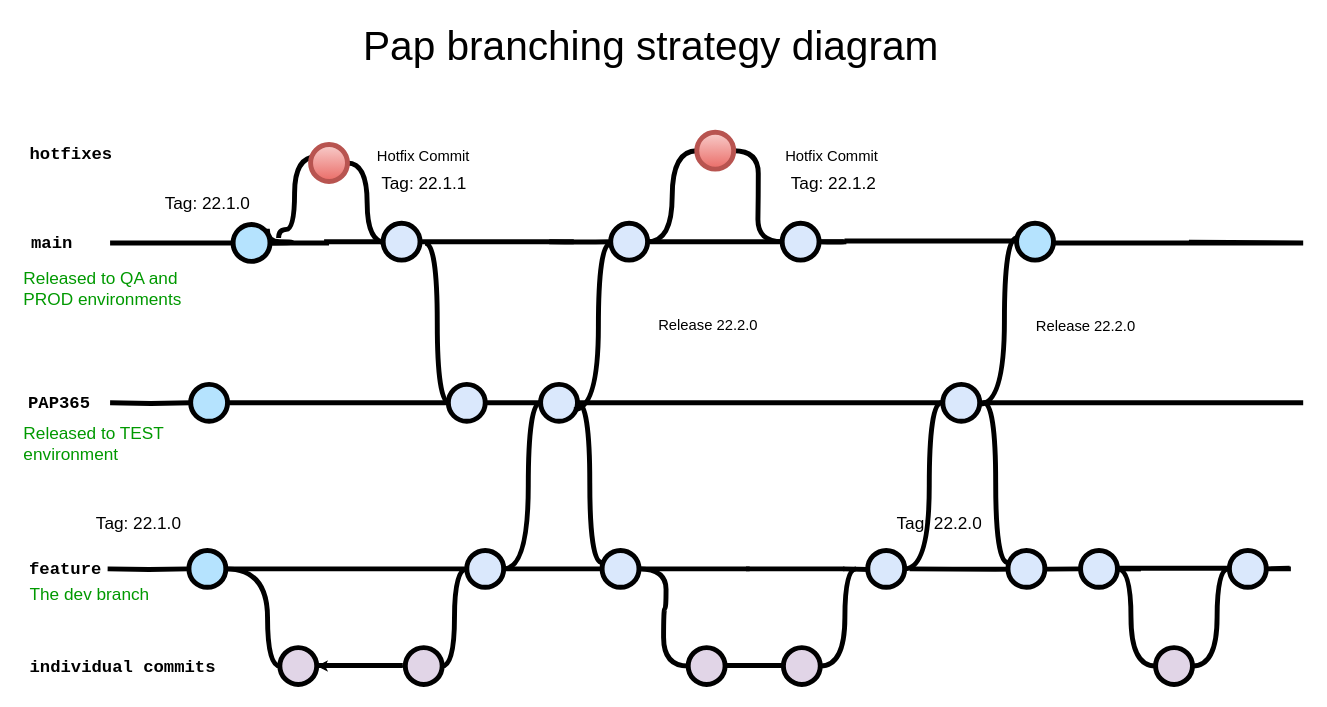
The draw.io diagram Pap pipeline diagram.drawio in pivko4life/workstuff, before the edit. Source tidied: cells renumbered, new cells numbered last; positions are measured from the earlier drawing's top-left corner, leaving out a move shared by most shapes. Both pictures are drawn from the tidied source at 123%, with x=0, y=0 at pixel (21, 21).
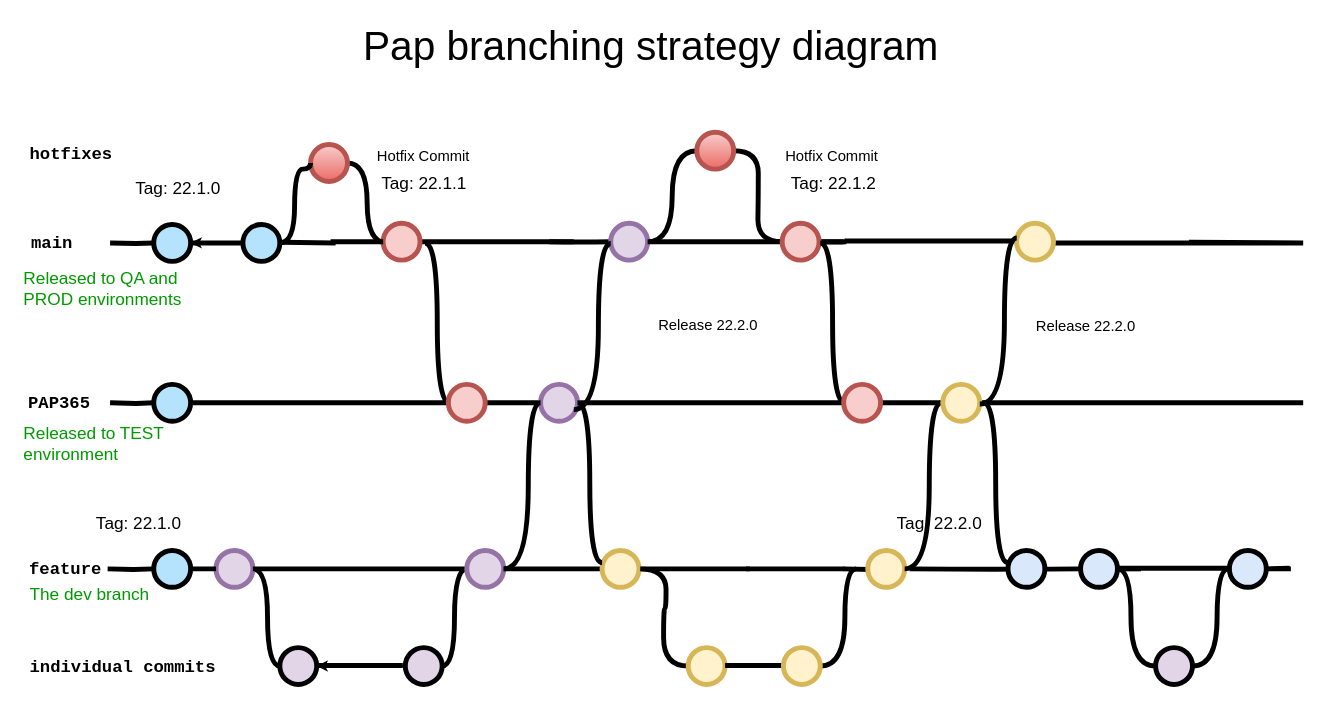
The same diagram, later.

Unchanged cells that the change refers to:
```xml
<mxCell id="56" style="verticalLabelPosition=bottom;verticalAlign=top;html=1;strokeWidth=4;shape=mxgraph.flowchart.on-page_reference;plain-blue;gradientColor=#EA6B66;strokeColor=#B85450;fillColor=#F8CECC;" parent="1" vertex="1">
  <mxGeometry x="235" y="100" width="30" height="30" as="geometry" />
</mxCell>
```

Change to the diagram source:
```diff
@@
-    <mxCell id="4" style="verticalLabelPosition=bottom;verticalAlign=top;html=1;strokeWidth=4;shape=mxgraph.flowchart.on-page_reference;plain-blue;gradientColor=none;fillColor=#B5E3Fe;strokeColor=#000000;" parent="1" vertex="1">
-      <mxGeometry x="136.1" y="430" width="30" height="30" as="geometry" />
+    <mxCell id="4" style="verticalLabelPosition=bottom;verticalAlign=top;html=1;strokeWidth=4;shape=mxgraph.flowchart.on-page_reference;fillColor=#e1d5e7;strokeColor=#9673a6;" parent="1" vertex="1">
+      <mxGeometry x="158.1" y="430" width="30" height="30" as="geometry" />
     </mxCell>
@@
-    <mxCell id="8" style="verticalLabelPosition=bottom;verticalAlign=top;html=1;strokeWidth=4;shape=mxgraph.flowchart.on-page_reference;plain-blue;gradientColor=none;strokeColor=#000000;" parent="1" vertex="1">
+    <mxCell id="8" style="verticalLabelPosition=bottom;verticalAlign=top;html=1;strokeWidth=4;shape=mxgraph.flowchart.on-page_reference;strokeColor=#d6b656;fillColor=#fff2cc;" parent="1" vertex="1">
       <mxGeometry x="688" y="430" width="30" height="30" as="geometry" />
     </mxCell>
-    <mxCell id="9" style="edgeStyle=orthogonalEdgeStyle;rounded=0;html=1;jettySize=auto;strokeWidth=4;endArrow=none;endFill=0;" parent="1" edge="1" target="4">
-      <mxGeometry x="152.5" y="465" as="geometry">
-        <mxPoint x="70" y="445" as="sourcePoint" />
-      </mxGeometry>
+    <mxCell id="9" style="edgeStyle=orthogonalEdgeStyle;rounded=0;html=1;jettySize=auto;strokeWidth=4;endArrow=none;endFill=0;startArrow=none;" parent="1" edge="1" source="89" target="4">
+      <mxGeometry x="152.5" y="465" as="geometry" />
     </mxCell>
@@
-    <mxCell id="16" style="edgeStyle=orthogonalEdgeStyle;rounded=0;html=1;jettySize=auto;orthogonalLoop=1;strokeWidth=4;endArrow=none;endFill=0;" parent="1" edge="1">
+    <mxCell id="16" style="edgeStyle=orthogonalEdgeStyle;rounded=0;html=1;jettySize=auto;strokeWidth=4;endArrow=none;endFill=0;startArrow=none;" parent="1" edge="1" source="66">
       <mxGeometry x="154.5" y="200" as="geometry">
-        <mxPoint x="72" y="180" as="sourcePoint" />
         <mxPoint x="186.5" y="180" as="targetPoint" />
       </mxGeometry>
     </mxCell>
@@
-    <mxCell id="23" style="verticalLabelPosition=bottom;verticalAlign=top;html=1;strokeWidth=4;shape=mxgraph.flowchart.on-page_reference;plain-blue;gradientColor=none;strokeColor=#000000;" parent="1" vertex="1">
+    <mxCell id="23" style="verticalLabelPosition=bottom;verticalAlign=top;html=1;strokeWidth=4;shape=mxgraph.flowchart.on-page_reference;strokeColor=#9673a6;fillColor=#e1d5e7;" parent="1" vertex="1">
       <mxGeometry x="479" y="164" width="30" height="30" as="geometry" />
     </mxCell>
@@
     <mxCell id="25" value="Tag: 22.1.0" style="text;html=1;strokeColor=none;fillColor=none;align=center;verticalAlign=middle;whiteSpace=wrap;overflow=hidden;fontSize=14;" parent="1" vertex="1">
-      <mxGeometry x="106" y="137" width="91" height="20" as="geometry" />
+      <mxGeometry x="82" y="125" width="91" height="20" as="geometry" />
     </mxCell>
@@
-    <mxCell id="31" style="verticalLabelPosition=bottom;verticalAlign=top;html=1;strokeWidth=4;shape=mxgraph.flowchart.on-page_reference;plain-blue;gradientColor=none;strokeColor=#000000;" parent="1" vertex="1">
+    <mxCell id="31" style="verticalLabelPosition=bottom;verticalAlign=top;html=1;strokeWidth=4;shape=mxgraph.flowchart.on-page_reference;strokeColor=#9673a6;fillColor=#e1d5e7;" parent="1" vertex="1">
       <mxGeometry x="362" y="430" width="30" height="30" as="geometry" />
     </mxCell>
@@
-    <mxCell id="35" style="verticalLabelPosition=bottom;verticalAlign=top;html=1;strokeWidth=4;shape=mxgraph.flowchart.on-page_reference;plain-blue;gradientColor=none;strokeColor=#000000;" parent="1" vertex="1">
+    <mxCell id="35" style="verticalLabelPosition=bottom;verticalAlign=top;html=1;strokeWidth=4;shape=mxgraph.flowchart.on-page_reference;strokeColor=#b85450;fillColor=#f8cecc;" parent="1" vertex="1">
       <mxGeometry x="618.4" y="164" width="30" height="30" as="geometry" />
     </mxCell>
@@
-    <mxCell id="52" style="edgeStyle=orthogonalEdgeStyle;curved=1;rounded=0;jettySize=auto;html=1;endArrow=none;endFill=0;strokeWidth=4;fontFamily=Courier New;fontSize=16;exitX=1.233;exitY=0.367;exitDx=0;exitDy=0;exitPerimeter=0;startArrow=none;" parent="1" edge="1" source="66">
-      <mxGeometry relative="1" as="geometry">
-        <mxPoint x="240" y="110" as="targetPoint" />
-        <Array as="points">
-          <mxPoint x="209" y="169" />
-          <mxPoint x="222" y="169" />
-          <mxPoint x="222" y="110" />
-        </Array>
-      </mxGeometry>
-    </mxCell>
@@
     <mxCell id="58" style="verticalLabelPosition=bottom;verticalAlign=top;html=1;strokeWidth=4;shape=mxgraph.flowchart.on-page_reference;plain-blue;gradientColor=none;fillColor=#B5E3Fe;strokeColor=#000000;" parent="1" vertex="1">
-      <mxGeometry x="137.5" y="295" width="30" height="30" as="geometry" />
+      <mxGeometry x="107.5" y="295" width="30" height="30" as="geometry" />
     </mxCell>
@@
-    <mxCell id="63" style="verticalLabelPosition=bottom;verticalAlign=top;html=1;strokeWidth=4;shape=mxgraph.flowchart.on-page_reference;plain-blue;gradientColor=none;strokeColor=#000000;" parent="1" vertex="1">
+    <mxCell id="63" style="verticalLabelPosition=bottom;verticalAlign=top;html=1;strokeWidth=4;shape=mxgraph.flowchart.on-page_reference;strokeColor=#9673a6;fillColor=#e1d5e7;" parent="1" vertex="1">
       <mxGeometry x="422" y="295" width="30" height="30" as="geometry" />
     </mxCell>
@@
-    <mxCell id="65" style="edgeStyle=orthogonalEdgeStyle;curved=1;rounded=0;jettySize=auto;html=1;endArrow=none;endFill=0;strokeWidth=4;fontFamily=Courier New;fontSize=16;exitX=0.855;exitY=0.145;exitDx=0;exitDy=0;exitPerimeter=0;" parent="1" edge="1" target="66">
-      <mxGeometry relative="1" as="geometry">
-        <mxPoint x="199.8" y="168.4" as="sourcePoint" />
-        <Array as="points">
-          <mxPoint x="200" y="179" />
-          <mxPoint x="220" y="179" />
-        </Array>
-      </mxGeometry>
-    </mxCell>
-    <mxCell id="66" style="verticalLabelPosition=bottom;verticalAlign=top;html=1;strokeWidth=4;shape=mxgraph.flowchart.on-page_reference;plain-blue;gradientColor=none;fillColor=#B5E3Fe;strokeColor=#000000;" parent="1" vertex="1">
-      <mxGeometry x="172" y="165" width="30" height="30" as="geometry" />
-    </mxCell>
@@
-    <mxCell id="68" style="verticalLabelPosition=bottom;verticalAlign=top;html=1;strokeWidth=4;shape=mxgraph.flowchart.on-page_reference;plain-blue;gradientColor=none;strokeColor=#000000;" parent="1" vertex="1">
+    <mxCell id="68" style="verticalLabelPosition=bottom;verticalAlign=top;html=1;strokeWidth=4;shape=mxgraph.flowchart.on-page_reference;strokeColor=#d6b656;fillColor=#fff2cc;" parent="1" vertex="1">
       <mxGeometry x="472" y="430" width="30" height="30" as="geometry" />
     </mxCell>
@@
-    <mxCell id="72" style="verticalLabelPosition=bottom;verticalAlign=top;html=1;strokeWidth=4;shape=mxgraph.flowchart.on-page_reference;plain-blue;gradientColor=none;strokeColor=#000000;" parent="1" vertex="1">
+    <mxCell id="72" style="verticalLabelPosition=bottom;verticalAlign=top;html=1;strokeWidth=4;shape=mxgraph.flowchart.on-page_reference;strokeColor=#b85450;fillColor=#f8cecc;" parent="1" vertex="1">
       <mxGeometry x="347" y="295" width="30" height="30" as="geometry" />
     </mxCell>
-    <mxCell id="73" style="edgeStyle=orthogonalEdgeStyle;rounded=0;html=1;jettySize=auto;plain-blue;endArrow=none;endFill=0;strokeWidth=4;strokeColor=#000000;startArrow=none;exitX=1;exitY=0.5;exitDx=0;exitDy=0;exitPerimeter=0;" parent="1" edge="1" source="66" target="74">
-      <mxGeometry x="204.1" y="199" as="geometry" />
-    </mxCell>
-    <mxCell id="74" style="verticalLabelPosition=bottom;verticalAlign=top;html=1;strokeWidth=4;shape=mxgraph.flowchart.on-page_reference;plain-blue;gradientColor=none;fillColor=#dae8fc;strokeColor=#000000;" parent="1" vertex="1">
+    <mxCell id="74" style="verticalLabelPosition=bottom;verticalAlign=top;html=1;strokeWidth=4;shape=mxgraph.flowchart.on-page_reference;fillColor=#f8cecc;strokeColor=#b85450;" parent="1" vertex="1">
       <mxGeometry x="294" y="164" width="30" height="30" as="geometry" />
     </mxCell>
@@
-    <mxCell id="76" style="verticalLabelPosition=bottom;verticalAlign=top;html=1;strokeWidth=4;shape=mxgraph.flowchart.on-page_reference;plain-purple;gradientColor=none;strokeColor=#000000;" parent="1" vertex="1">
+    <mxCell id="76" style="verticalLabelPosition=bottom;verticalAlign=top;html=1;strokeWidth=4;shape=mxgraph.flowchart.on-page_reference;strokeColor=#d6b656;fillColor=#fff2cc;" parent="1" vertex="1">
       <mxGeometry x="542" y="509" width="30" height="30" as="geometry" />
     </mxCell>
@@
-    <mxCell id="78" style="verticalLabelPosition=bottom;verticalAlign=top;html=1;strokeWidth=4;shape=mxgraph.flowchart.on-page_reference;plain-purple;gradientColor=none;strokeColor=#000000;" parent="1" vertex="1">
+    <mxCell id="78" style="verticalLabelPosition=bottom;verticalAlign=top;html=1;strokeWidth=4;shape=mxgraph.flowchart.on-page_reference;strokeColor=#d6b656;fillColor=#fff2cc;" parent="1" vertex="1">
       <mxGeometry x="619.4" y="509" width="30" height="30" as="geometry" />
     </mxCell>
@@
-    <mxCell id="81" style="verticalLabelPosition=bottom;verticalAlign=top;html=1;strokeWidth=4;shape=mxgraph.flowchart.on-page_reference;plain-blue;gradientColor=none;strokeColor=#000000;" parent="1" vertex="1">
+    <mxCell id="81" style="verticalLabelPosition=bottom;verticalAlign=top;html=1;strokeWidth=4;shape=mxgraph.flowchart.on-page_reference;strokeColor=#d6b656;fillColor=#fff2cc;" parent="1" vertex="1">
       <mxGeometry x="749" y="295" width="30" height="30" as="geometry" />
     </mxCell>
-    <mxCell id="82" style="verticalLabelPosition=bottom;verticalAlign=top;html=1;strokeWidth=4;shape=mxgraph.flowchart.on-page_reference;plain-blue;gradientColor=none;fillColor=#B5E3Fe;strokeColor=#000000;" parent="1" vertex="1">
+    <mxCell id="82" style="verticalLabelPosition=bottom;verticalAlign=top;html=1;strokeWidth=4;shape=mxgraph.flowchart.on-page_reference;fillColor=#fff2cc;strokeColor=#d6b656;" parent="1" vertex="1">
       <mxGeometry x="809" y="164" width="30" height="30" as="geometry" />
     </mxCell>
@@
+    <mxCell id="87" style="edgeStyle=orthogonalEdgeStyle;rounded=0;html=1;jettySize=auto;strokeWidth=4;endArrow=none;endFill=0;" parent="1" edge="1" target="66">
+      <mxGeometry x="154.5" y="200" as="geometry">
+        <mxPoint x="72" y="180" as="sourcePoint" />
+      </mxGeometry>
+    </mxCell>
+    <mxCell id="66" style="verticalLabelPosition=bottom;verticalAlign=top;html=1;strokeWidth=4;shape=mxgraph.flowchart.on-page_reference;plain-blue;gradientColor=none;fillColor=#B5E3Fe;strokeColor=#000000;" parent="1" vertex="1">
+      <mxGeometry x="107.5" y="165" width="30" height="30" as="geometry" />
+    </mxCell>
+    <mxCell id="88" style="edgeStyle=orthogonalEdgeStyle;rounded=0;html=1;jettySize=auto;strokeWidth=4;endArrow=none;endFill=0;" parent="1" edge="1" target="89">
+      <mxGeometry x="152.5" y="465" as="geometry">
+        <mxPoint x="70" y="445" as="sourcePoint" />
+      </mxGeometry>
+    </mxCell>
+    <mxCell id="89" style="verticalLabelPosition=bottom;verticalAlign=top;html=1;strokeWidth=4;shape=mxgraph.flowchart.on-page_reference;plain-blue;gradientColor=none;fillColor=#B5E3Fe;strokeColor=#000000;" parent="1" vertex="1">
+      <mxGeometry x="107.5" y="430" width="30" height="30" as="geometry" />
+    </mxCell>
+    <mxCell id="90" style="edgeStyle=orthogonalEdgeStyle;rounded=0;jettySize=auto;html=1;" parent="1" edge="1" source="91" target="66">
+      <mxGeometry relative="1" as="geometry" />
+    </mxCell>
+    <mxCell id="91" style="verticalLabelPosition=bottom;verticalAlign=top;html=1;strokeWidth=4;shape=mxgraph.flowchart.on-page_reference;plain-blue;gradientColor=none;fillColor=#B5E3Fe;strokeColor=#000000;" parent="1" vertex="1">
+      <mxGeometry x="180" y="165" width="30" height="30" as="geometry" />
+    </mxCell>
+    <mxCell id="92" style="edgeStyle=orthogonalEdgeStyle;curved=1;rounded=0;jettySize=auto;html=1;endArrow=none;endFill=0;strokeWidth=4;fontFamily=Courier New;fontSize=16;entryX=0;entryY=0.5;entryDx=0;entryDy=0;entryPerimeter=0;" parent="1" edge="1" target="56">
+      <mxGeometry relative="1" as="geometry">
+        <mxPoint x="210" y="180" as="sourcePoint" />
+        <Array as="points">
+          <mxPoint x="222" y="180" />
+          <mxPoint x="222" y="120" />
+          <mxPoint x="235" y="120" />
+        </Array>
+      </mxGeometry>
+    </mxCell>
+    <mxCell id="93" style="edgeStyle=orthogonalEdgeStyle;rounded=0;html=1;jettySize=auto;plain-blue;endArrow=none;endFill=0;strokeWidth=4;strokeColor=#000000;startArrow=none;entryX=0;entryY=0.5;entryDx=0;entryDy=0;entryPerimeter=0;" parent="1" edge="1" target="74">
+      <mxGeometry x="67.7" y="199.5" as="geometry">
+        <mxPoint x="211.5" y="179.5" as="sourcePoint" />
+      </mxGeometry>
+    </mxCell>
+    <mxCell id="94" style="edgeStyle=orthogonalEdgeStyle;curved=1;rounded=0;html=1;entryX=0;entryY=0.5;entryPerimeter=0;endArrow=none;endFill=0;jettySize=auto;orthogonalLoop=1;strokeWidth=4;fontSize=15;entryDx=0;entryDy=0;" parent="1" edge="1">
+      <mxGeometry relative="1" as="geometry">
+        <mxPoint x="669.4" y="310" as="sourcePoint" />
+        <mxPoint x="649.4" y="180" as="targetPoint" />
+        <Array as="points">
+          <mxPoint x="659.4" y="180" />
+        </Array>
+      </mxGeometry>
+    </mxCell>
+    <mxCell id="95" style="verticalLabelPosition=bottom;verticalAlign=top;html=1;strokeWidth=4;shape=mxgraph.flowchart.on-page_reference;strokeColor=#b85450;fillColor=#f8cecc;" parent="1" vertex="1">
+      <mxGeometry x="668.4" y="295" width="30" height="30" as="geometry" />
+    </mxCell>
```
